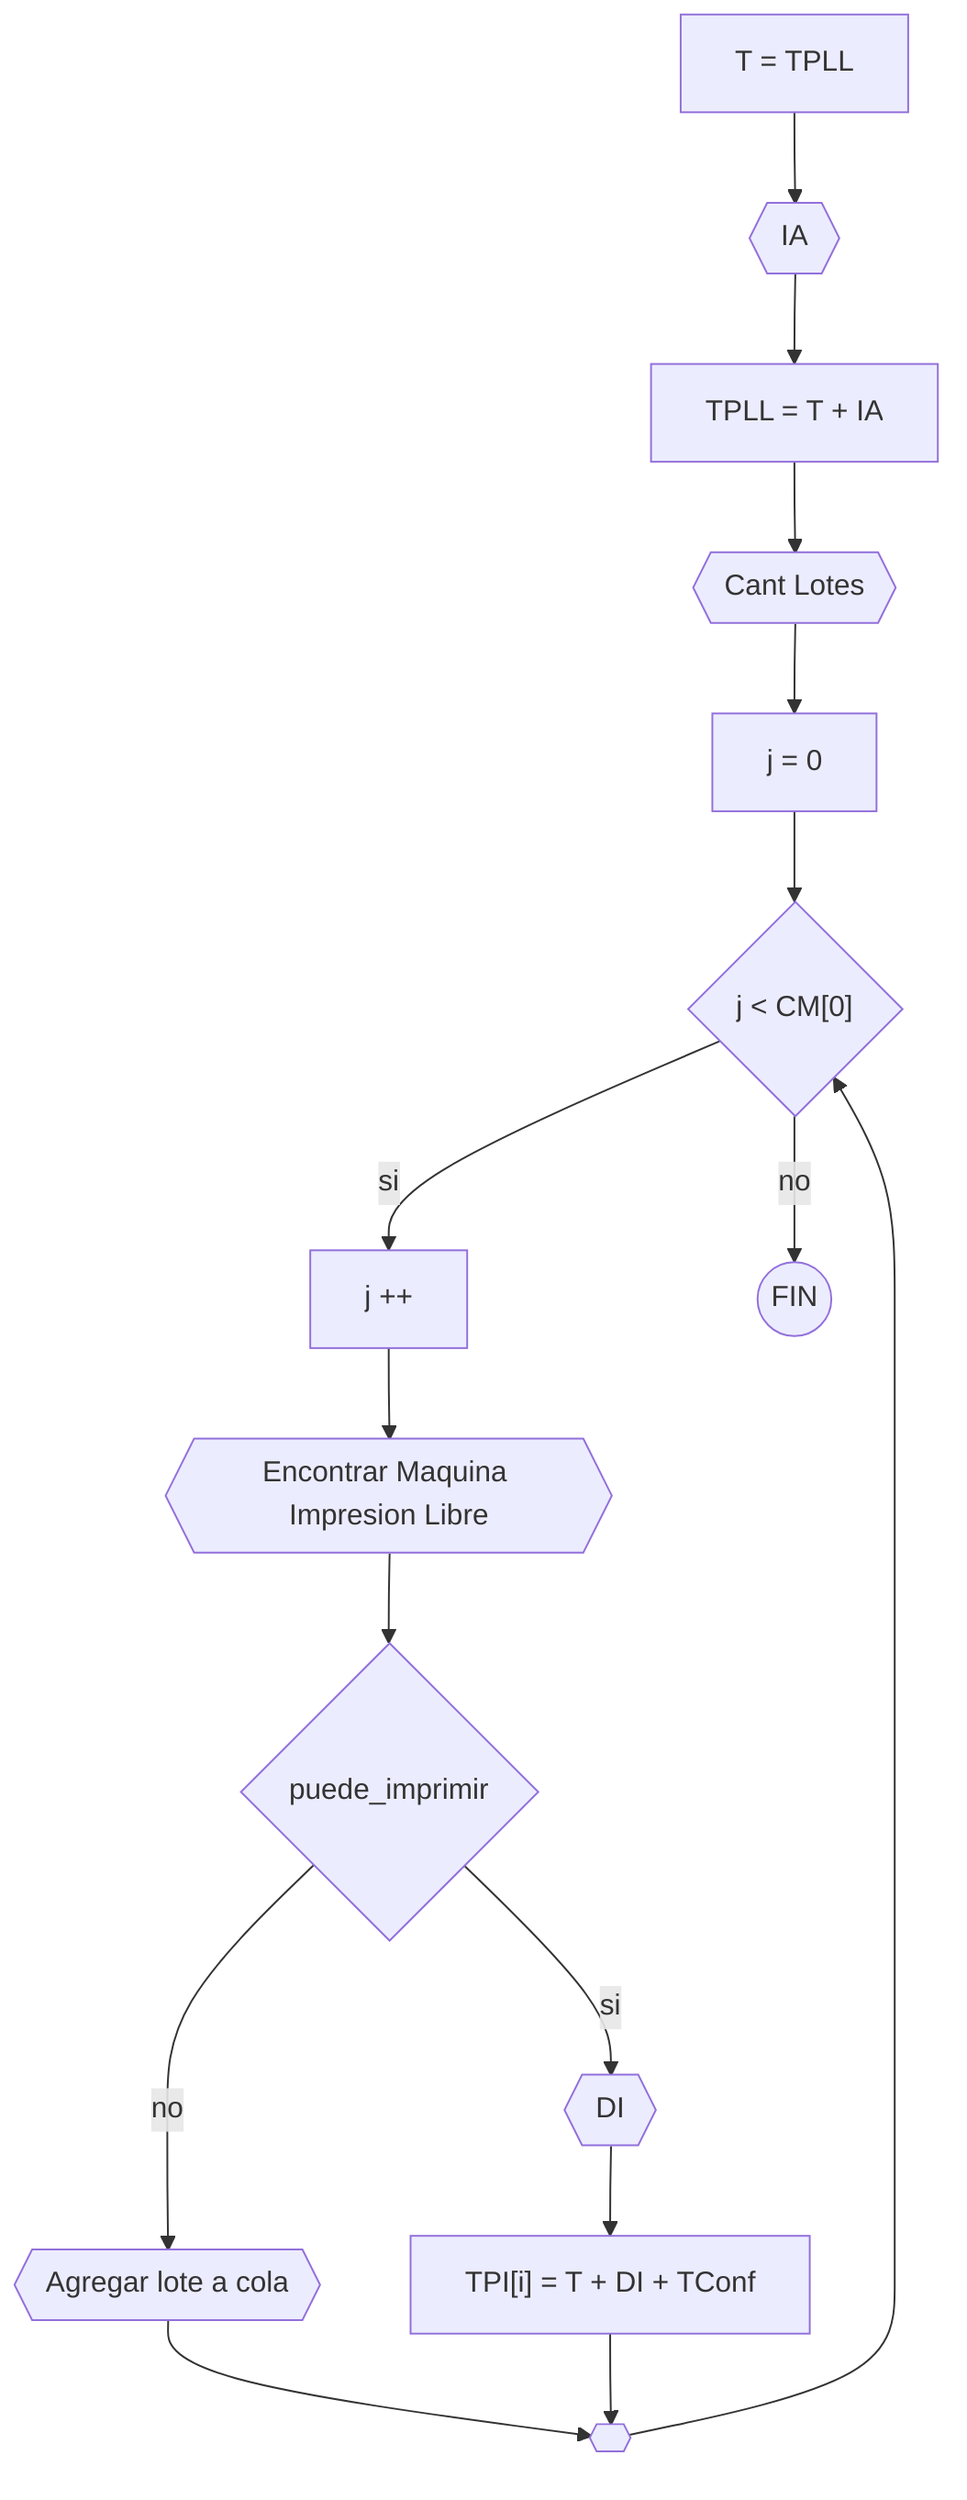
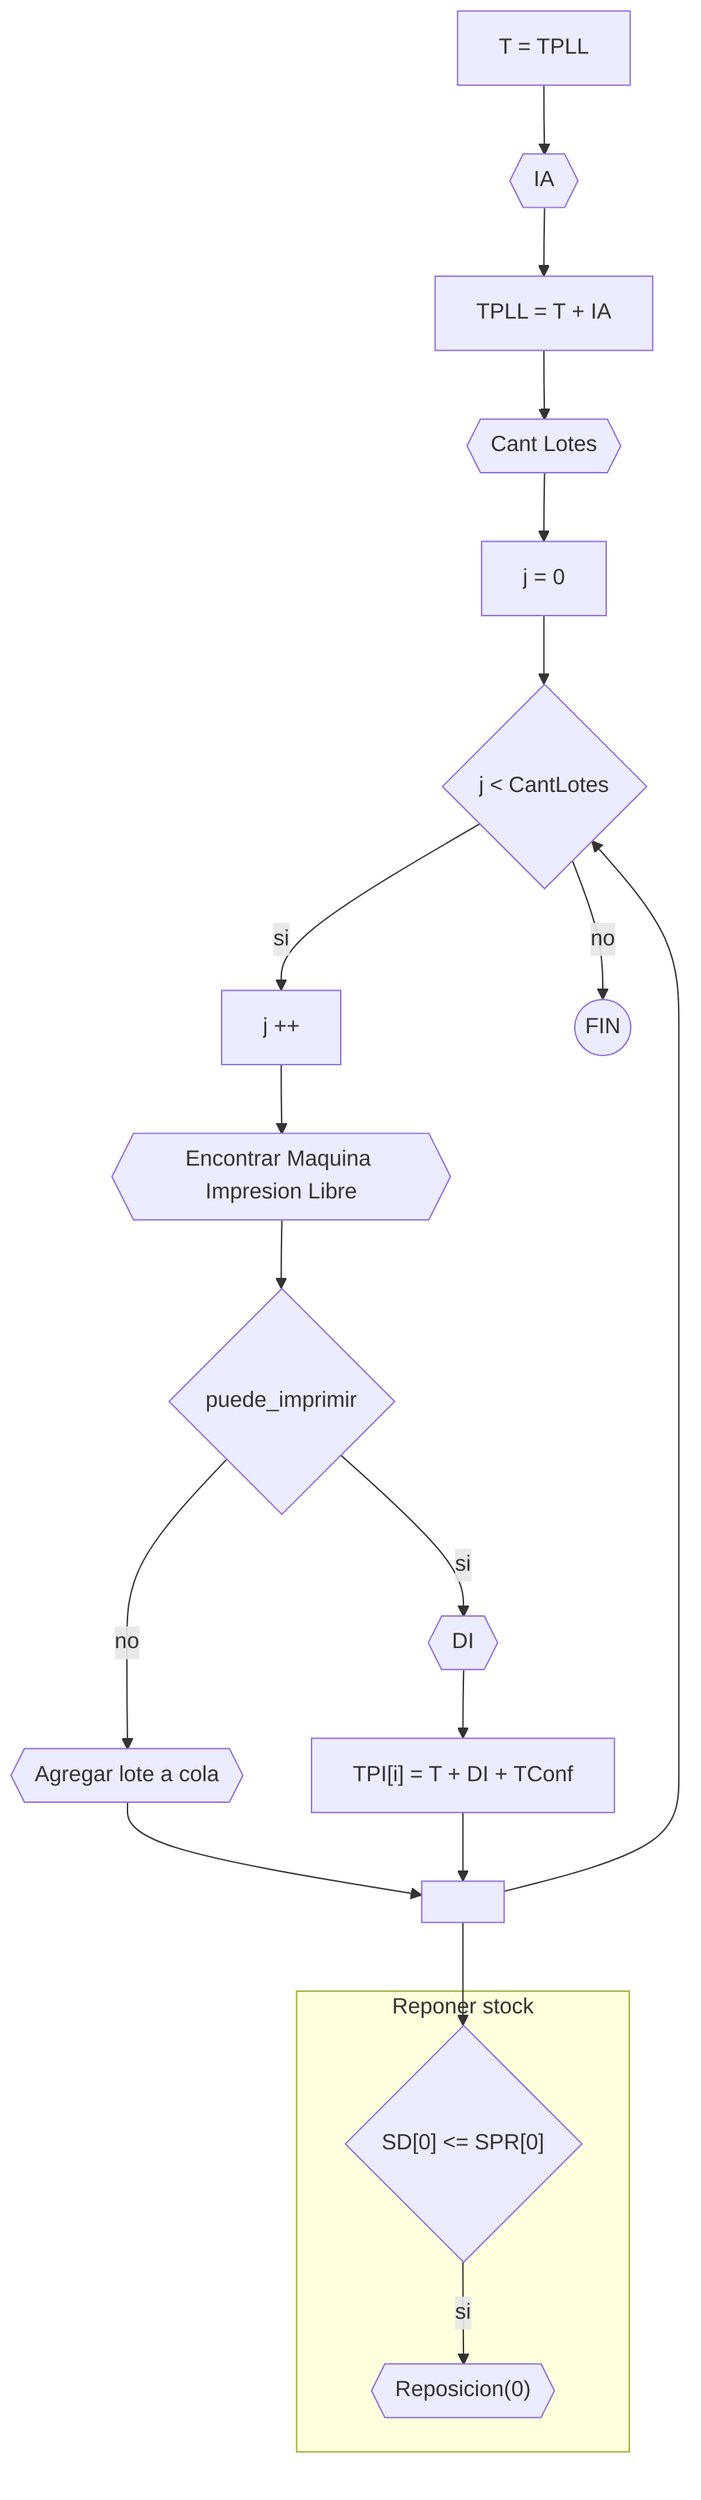
flowchart TD
    direction TD
    a[T = TPLL] --> b{{IA}} --> c[TPLL = T + IA] --> d{{Cant Lotes}}
    d{{Cant Lotes}} --> bb[j = 0]
-     bb --> iff{"j < CM[0]"}
+     bb --> iff{"j < CantLotes"}
    iff --> |si| cc[j ++] --> e{{Encontrar Maquina Impresion Libre}} --> f{puede_imprimir}
    iff --> |no| fin((FIN))
    f --> |si| g{{DI}} --> i["TPI[i] = T + DI + TConf"]
    f --> |no| h{{Agregar lote a cola}}
-     h --> j{{" "}}
+     h --> j[" "]
    i --> j
    j --> iff
+     j --> if3
+     subgraph Reponer stock
+     if3{"SD[0] <= SPR[0]"} --> |si| r{{"Reposicion(0)"}}
+     end